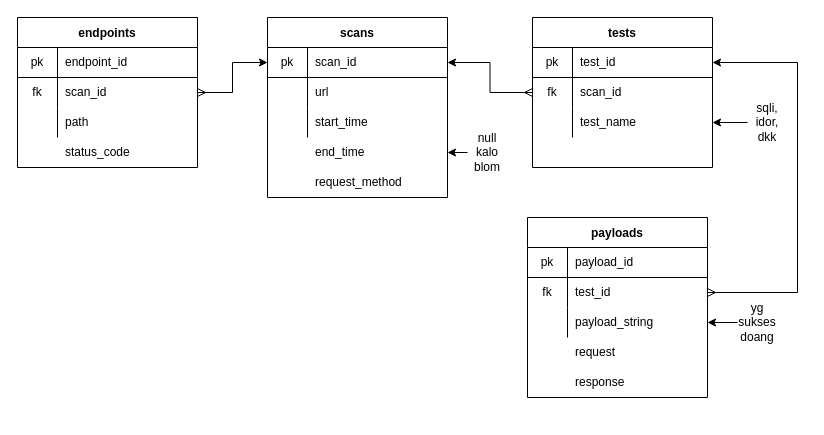
Earlier version of the draw.io diagram docs/db.drawio (kevindoubleu/APISploit). Source tidied: cells renumbered, new cells numbered last; positions are measured from the earlier drawing's top-left corner, leaving out a move shared by most shapes. Both pictures are drawn from the tidied source at 100%, with x=0, y=0 at pixel (17, 17).
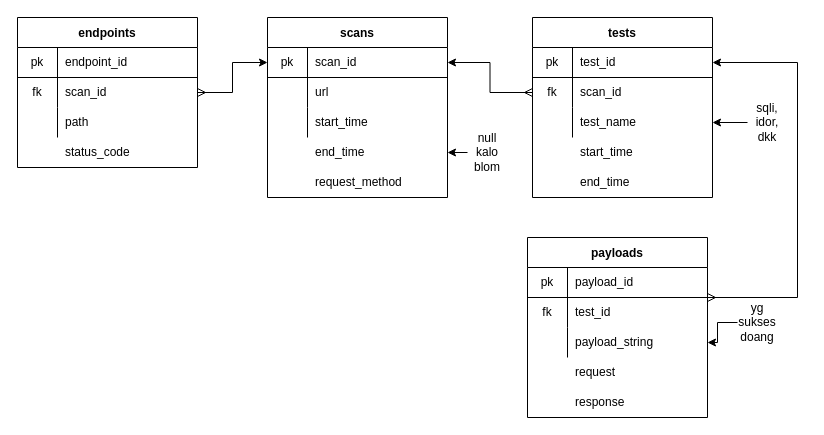
Above is the later version.

Unchanged cells that the change refers to:
```xml
<mxCell id="13" style="shape=partialRectangle;html=1;whiteSpace=wrap;fillColor=none;top=0;left=0;bottom=1;right=0;points=[[0,0.5],[1,0.5]];portConstraint=eastwest;" parent="12" vertex="1">
  <mxGeometry y="30" width="180" height="30" as="geometry" />
</mxCell>
<mxCell id="26" style="shape=partialRectangle;html=1;whiteSpace=wrap;fillColor=none;top=0;left=0;bottom=0;right=0;points=[[0,0.5],[1,0.5]];portConstraint=eastwest;" parent="22" vertex="1">
  <mxGeometry y="60" width="180" height="30" as="geometry" />
</mxCell>
```

The edit, as a diff of the source:
```diff
@@
     <mxCell id="12" value="tests" style="shape=table;startSize=30;childLayout=tableLayout;rowLines=0;fontStyle=1;align=center;" parent="1" vertex="1">
-      <mxGeometry x="515" width="180" height="150" as="geometry" />
+      <mxGeometry x="515" width="180" height="180" as="geometry" />
     </mxCell>
@@
     <mxCell id="22" value="payloads" style="shape=table;startSize=30;childLayout=tableLayout;rowLines=0;fontStyle=1;align=center;" parent="1" vertex="1">
-      <mxGeometry x="510" y="200" width="180" height="180" as="geometry" />
+      <mxGeometry x="510" y="220" width="180" height="180" as="geometry" />
     </mxCell>
@@
     <mxCell id="33" value="request" style="shape=partialRectangle;html=1;whiteSpace=wrap;fillColor=none;top=0;left=0;bottom=0;right=0;align=left;spacingLeft=6;overflow=hidden;" parent="1" vertex="1">
-      <mxGeometry x="550" y="320" width="140" height="30" as="geometry" />
+      <mxGeometry x="550" y="340" width="140" height="30" as="geometry" />
     </mxCell>
@@
     <mxCell id="38" style="edgeStyle=orthogonalEdgeStyle;rounded=0;jettySize=auto;html=1;entryX=1;entryY=0.5;entryDx=0;entryDy=0;startArrow=ERmany;startFill=0;" parent="1" edge="1" source="26" target="13">
       <mxGeometry relative="1" as="geometry">
         <Array as="points">
-          <mxPoint x="780" y="275" />
+          <mxPoint x="780" y="280" />
           <mxPoint x="780" y="45" />
         </Array>
       </mxGeometry>
     </mxCell>
@@
     <mxCell id="41" value="response" style="shape=partialRectangle;html=1;whiteSpace=wrap;fillColor=none;top=0;left=0;bottom=0;right=0;align=left;spacingLeft=6;overflow=hidden;" parent="1" vertex="1">
-      <mxGeometry x="550" y="350" width="140" height="30" as="geometry" />
+      <mxGeometry x="550" y="370" width="140" height="30" as="geometry" />
     </mxCell>
@@
+    <mxCell id="61" value="start_time" style="shape=partialRectangle;html=1;whiteSpace=wrap;fillColor=none;top=0;left=0;bottom=0;right=0;align=left;spacingLeft=6;overflow=hidden;" parent="1" vertex="1">
+      <mxGeometry x="555" y="120" width="140" height="30" as="geometry" />
+    </mxCell>
+    <mxCell id="62" value="end_time" style="shape=partialRectangle;html=1;whiteSpace=wrap;fillColor=none;top=0;left=0;bottom=0;right=0;align=left;spacingLeft=6;overflow=hidden;" parent="1" vertex="1">
+      <mxGeometry x="555" y="150" width="140" height="30" as="geometry" />
+    </mxCell>
```
